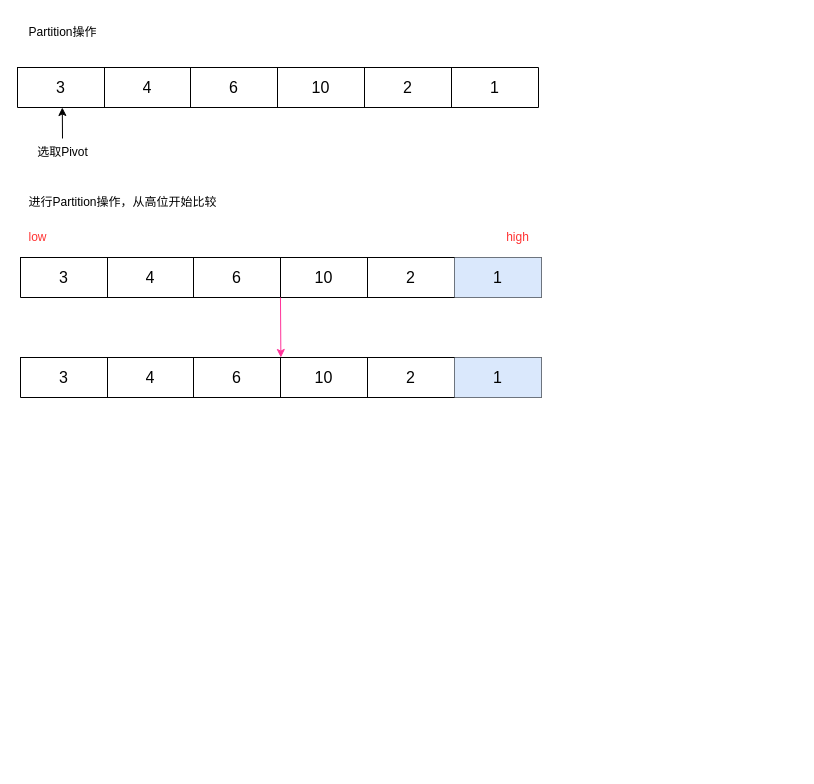
Before: 快速排序.drawio in poetlife/diagrams, a draw.io diagram. Source tidied: cells renumbered, new cells numbered last; positions are measured from the earlier drawing's top-left corner, leaving out a move shared by most shapes. Both pictures are drawn from the tidied source at 100%, with x=0, y=0 at pixel (17, 17).
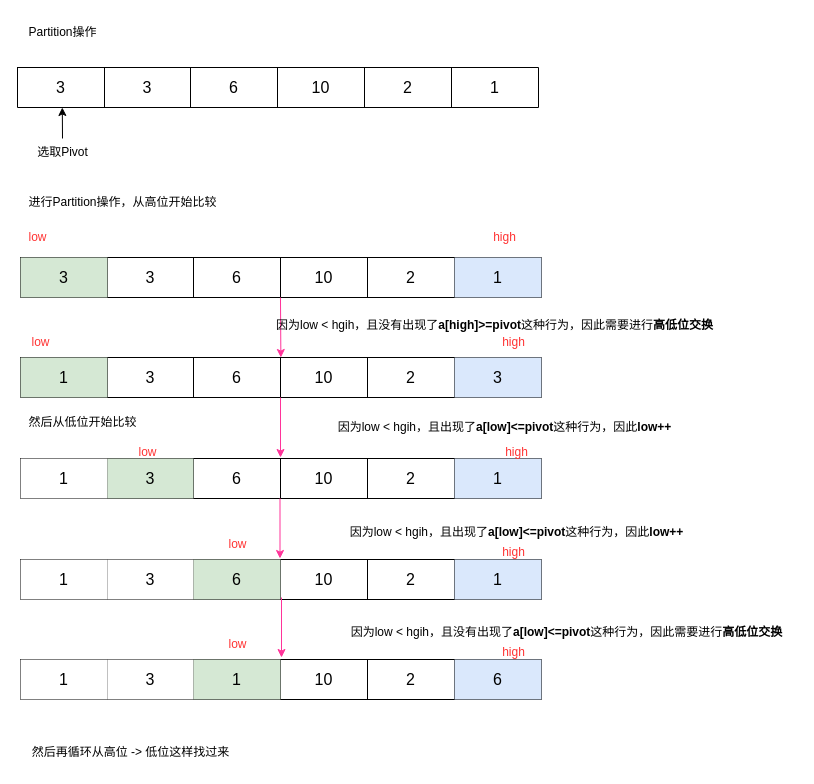
Above is the later version.

Commit message (it also covers changes not shown here):
更新快速排序.drawio

The change refers to these unchanged cells:
```xml
<mxCell id="3" style="shape=tableRow;horizontal=0;startSize=0;swimlaneHead=0;swimlaneBody=0;strokeColor=inherit;top=0;left=0;bottom=0;right=0;fillColor=none;points=[[0,0.5],[1,0.5]];portConstraint=eastwest;fontSize=16;" parent="2" vertex="1">
  <mxGeometry width="521" height="40" as="geometry" />
</mxCell>
<mxCell id="15" style="shape=tableRow;horizontal=0;startSize=0;swimlaneHead=0;swimlaneBody=0;strokeColor=inherit;top=0;left=0;bottom=0;right=0;fillColor=none;points=[[0,0.5],[1,0.5]];portConstraint=eastwest;fontSize=16;" parent="14" vertex="1">
  <mxGeometry width="521" height="40" as="geometry" />
</mxCell>
<mxCell id="25" style="shape=tableRow;horizontal=0;startSize=0;swimlaneHead=0;swimlaneBody=0;strokeColor=inherit;top=0;left=0;bottom=0;right=0;fillColor=none;points=[[0,0.5],[1,0.5]];portConstraint=eastwest;fontSize=16;" parent="24" vertex="1">
  <mxGeometry width="521" height="40" as="geometry" />
</mxCell>
```

Change to the diagram source:
```diff
@@
-    <mxCell id="5" value="4" style="shape=partialRectangle;html=1;whiteSpace=wrap;strokeColor=inherit;overflow=hidden;fillColor=none;top=0;left=0;bottom=0;right=0;fontSize=16;" parent="3" vertex="1">
+    <mxCell id="5" value="3" style="shape=partialRectangle;html=1;whiteSpace=wrap;strokeColor=inherit;overflow=hidden;fillColor=none;top=0;left=0;bottom=0;right=0;fontSize=16;" parent="3" vertex="1">
       <mxGeometry x="87" width="86" height="40" as="geometry" />
     </mxCell>
@@
-    <mxCell id="16" value="3" style="shape=partialRectangle;html=1;whiteSpace=wrap;strokeColor=inherit;overflow=hidden;fillColor=none;top=0;left=0;bottom=0;right=0;fontSize=16;" parent="15" vertex="1">
+    <mxCell id="16" value="3" style="shape=partialRectangle;html=1;whiteSpace=wrap;strokeColor=#82b366;overflow=hidden;fillColor=#d5e8d4;top=0;left=0;bottom=0;right=0;fontSize=16;" parent="15" vertex="1">
       <mxGeometry width="87" height="40" as="geometry" />
     </mxCell>
-    <mxCell id="17" value="4" style="shape=partialRectangle;html=1;whiteSpace=wrap;strokeColor=inherit;overflow=hidden;fillColor=none;top=0;left=0;bottom=0;right=0;fontSize=16;" parent="15" vertex="1">
+    <mxCell id="17" value="3" style="shape=partialRectangle;html=1;whiteSpace=wrap;strokeColor=inherit;overflow=hidden;fillColor=none;top=0;left=0;bottom=0;right=0;fontSize=16;" parent="15" vertex="1">
       <mxGeometry x="87" width="86" height="40" as="geometry" />
     </mxCell>
@@
     <mxCell id="23" value="&lt;font color=&quot;#ff3333&quot;&gt;high&lt;/font&gt;" style="text;html=1;align=center;verticalAlign=middle;strokeColor=none;fillColor=none;" parent="1" vertex="1">
-      <mxGeometry x="475" y="205" width="50" height="30" as="geometry" />
+      <mxGeometry x="471" y="310" width="50" height="30" as="geometry" />
     </mxCell>
@@
-    <mxCell id="26" value="3" style="shape=partialRectangle;html=1;whiteSpace=wrap;strokeColor=inherit;overflow=hidden;fillColor=none;top=0;left=0;bottom=0;right=0;fontSize=16;" parent="25" vertex="1">
+    <mxCell id="26" value="1" style="shape=partialRectangle;html=1;whiteSpace=wrap;strokeColor=#82b366;overflow=hidden;fillColor=#d5e8d4;top=0;left=0;bottom=0;right=0;fontSize=16;" parent="25" vertex="1">
       <mxGeometry width="87" height="40" as="geometry" />
     </mxCell>
-    <mxCell id="27" value="4" style="shape=partialRectangle;html=1;whiteSpace=wrap;strokeColor=inherit;overflow=hidden;fillColor=none;top=0;left=0;bottom=0;right=0;fontSize=16;" parent="25" vertex="1">
+    <mxCell id="27" value="3" style="shape=partialRectangle;html=1;whiteSpace=wrap;strokeColor=inherit;overflow=hidden;fillColor=none;top=0;left=0;bottom=0;right=0;fontSize=16;" parent="25" vertex="1">
       <mxGeometry x="87" width="86" height="40" as="geometry" />
     </mxCell>
@@
-    <mxCell id="31" value="1" style="shape=partialRectangle;html=1;whiteSpace=wrap;strokeColor=#6c8ebf;overflow=hidden;fillColor=#dae8fc;top=0;left=0;bottom=0;right=0;fontSize=16;" parent="25" vertex="1">
+    <mxCell id="31" value="3" style="shape=partialRectangle;html=1;whiteSpace=wrap;strokeColor=#6c8ebf;overflow=hidden;fillColor=#dae8fc;top=0;left=0;bottom=0;right=0;fontSize=16;" parent="25" vertex="1">
       <mxGeometry x="434" width="87" height="40" as="geometry" />
     </mxCell>
@@
+    <mxCell id="33" value="因为low &amp;lt; hgih，且没有出现了&lt;b&gt;a[high]&amp;gt;=pivot&lt;/b&gt;这种行为，因此需要进行&lt;b&gt;高低位交换&lt;/b&gt;" style="text;html=1;align=center;verticalAlign=middle;strokeColor=none;fillColor=none;" parent="1" vertex="1">
+      <mxGeometry x="247" y="293" width="460" height="30" as="geometry" />
+    </mxCell>
+    <mxCell id="34" value="然后从低位开始比较" style="text;html=1;align=center;verticalAlign=middle;strokeColor=none;fillColor=none;" parent="1" vertex="1">
+      <mxGeometry y="390" width="130" height="30" as="geometry" />
+    </mxCell>
+    <mxCell id="35" value="&lt;font color=&quot;#ff3333&quot;&gt;low&lt;/font&gt;" style="text;html=1;align=center;verticalAlign=middle;strokeColor=none;fillColor=none;" parent="1" vertex="1">
+      <mxGeometry x="3" y="310" width="40" height="30" as="geometry" />
+    </mxCell>
+    <mxCell id="36" style="shape=table;startSize=0;childLayout=tableLayout;fontSize=16;" parent="1" vertex="1">
+      <mxGeometry x="3" y="441" width="521" height="40" as="geometry" />
+    </mxCell>
+    <mxCell id="37" style="shape=tableRow;horizontal=0;startSize=0;swimlaneHead=0;swimlaneBody=0;strokeColor=inherit;top=0;left=0;bottom=0;right=0;fillColor=none;fontSize=16;" parent="36" vertex="1">
+      <mxGeometry width="521" height="40" as="geometry" />
+    </mxCell>
+    <mxCell id="38" value="1" style="shape=partialRectangle;html=1;whiteSpace=wrap;overflow=hidden;top=0;left=0;bottom=0;right=0;fontSize=16;" parent="37" vertex="1">
+      <mxGeometry width="87" height="40" as="geometry" />
+    </mxCell>
+    <mxCell id="39" value="3" style="shape=partialRectangle;html=1;whiteSpace=wrap;strokeColor=#82b366;overflow=hidden;fillColor=#d5e8d4;top=0;left=0;bottom=0;right=0;fontSize=16;" parent="37" vertex="1">
+      <mxGeometry x="87" width="86" height="40" as="geometry" />
+    </mxCell>
+    <mxCell id="40" value="6" style="shape=partialRectangle;html=1;whiteSpace=wrap;strokeColor=inherit;overflow=hidden;fillColor=none;top=0;left=0;bottom=0;right=0;fontSize=16;" parent="37" vertex="1">
+      <mxGeometry x="173" width="87" height="40" as="geometry" />
+    </mxCell>
+    <mxCell id="41" value="10" style="shape=partialRectangle;html=1;whiteSpace=wrap;strokeColor=inherit;overflow=hidden;fillColor=none;top=0;left=0;bottom=0;right=0;fontSize=16;" parent="37" vertex="1">
+      <mxGeometry x="260" width="87" height="40" as="geometry" />
+    </mxCell>
+    <mxCell id="42" value="2" style="shape=partialRectangle;html=1;whiteSpace=wrap;strokeColor=inherit;overflow=hidden;fillColor=none;top=0;left=0;bottom=0;right=0;fontSize=16;" parent="37" vertex="1">
+      <mxGeometry x="347" width="87" height="40" as="geometry" />
+    </mxCell>
+    <mxCell id="43" value="1" style="shape=partialRectangle;html=1;whiteSpace=wrap;strokeColor=#6c8ebf;overflow=hidden;fillColor=#dae8fc;top=0;left=0;bottom=0;right=0;fontSize=16;" parent="37" vertex="1">
+      <mxGeometry x="434" width="87" height="40" as="geometry" />
+    </mxCell>
+    <mxCell id="44" value="&lt;font color=&quot;#ff3333&quot;&gt;low&lt;/font&gt;" style="text;html=1;align=center;verticalAlign=middle;strokeColor=none;fillColor=none;" parent="1" vertex="1">
+      <mxGeometry x="110" y="420" width="40" height="30" as="geometry" />
+    </mxCell>
+    <mxCell id="45" value="&lt;font color=&quot;#ff3333&quot;&gt;high&lt;/font&gt;" style="text;html=1;align=center;verticalAlign=middle;strokeColor=none;fillColor=none;" parent="1" vertex="1">
+      <mxGeometry x="474" y="420" width="50" height="30" as="geometry" />
+    </mxCell>
+    <mxCell id="46" style="endArrow=classic;html=1;rounded=0;exitX=0.499;exitY=1;exitDx=0;exitDy=0;exitPerimeter=0;strokeColor=#FF3399;" parent="1" edge="1">
+      <mxGeometry relative="1" as="geometry">
+        <mxPoint x="263" y="380" as="sourcePoint" />
+        <mxPoint x="263" y="440" as="targetPoint" />
+      </mxGeometry>
+    </mxCell>
+    <mxCell id="47" value="因为low &amp;lt; hgih，且出现了&lt;b&gt;a[low]&amp;lt;=pivot&lt;/b&gt;这种行为，因此&lt;b&gt;low++&lt;/b&gt;" style="text;html=1;align=center;verticalAlign=middle;strokeColor=none;fillColor=none;" parent="1" vertex="1">
+      <mxGeometry x="307" y="394.5" width="360" height="30" as="geometry" />
+    </mxCell>
+    <mxCell id="48" value="&lt;font color=&quot;#ff3333&quot;&gt;high&lt;/font&gt;" style="text;html=1;align=center;verticalAlign=middle;strokeColor=none;fillColor=none;" parent="1" vertex="1">
+      <mxGeometry x="462" y="205" width="50" height="30" as="geometry" />
+    </mxCell>
+    <mxCell id="49" style="shape=table;startSize=0;childLayout=tableLayout;fontSize=16;" parent="1" vertex="1">
+      <mxGeometry x="3" y="542" width="521" height="40" as="geometry" />
+    </mxCell>
+    <mxCell id="50" style="shape=tableRow;horizontal=0;startSize=0;swimlaneHead=0;swimlaneBody=0;strokeColor=inherit;top=0;left=0;bottom=0;right=0;fillColor=none;fontSize=16;" parent="49" vertex="1">
+      <mxGeometry width="521" height="40" as="geometry" />
+    </mxCell>
+    <mxCell id="51" value="1" style="shape=partialRectangle;html=1;whiteSpace=wrap;overflow=hidden;top=0;left=0;bottom=0;right=0;fontSize=16;" parent="50" vertex="1">
+      <mxGeometry width="87" height="40" as="geometry" />
+    </mxCell>
+    <mxCell id="52" value="3" style="shape=partialRectangle;html=1;whiteSpace=wrap;overflow=hidden;top=0;left=0;bottom=0;right=0;fontSize=16;" parent="50" vertex="1">
+      <mxGeometry x="87" width="86" height="40" as="geometry" />
+    </mxCell>
+    <mxCell id="53" value="6" style="shape=partialRectangle;html=1;whiteSpace=wrap;strokeColor=#82b366;overflow=hidden;fillColor=#d5e8d4;top=0;left=0;bottom=0;right=0;fontSize=16;" parent="50" vertex="1">
+      <mxGeometry x="173" width="87" height="40" as="geometry" />
+    </mxCell>
+    <mxCell id="54" value="10" style="shape=partialRectangle;html=1;whiteSpace=wrap;strokeColor=inherit;overflow=hidden;fillColor=none;top=0;left=0;bottom=0;right=0;fontSize=16;" parent="50" vertex="1">
+      <mxGeometry x="260" width="87" height="40" as="geometry" />
+    </mxCell>
+    <mxCell id="55" value="2" style="shape=partialRectangle;html=1;whiteSpace=wrap;strokeColor=inherit;overflow=hidden;fillColor=none;top=0;left=0;bottom=0;right=0;fontSize=16;" parent="50" vertex="1">
+      <mxGeometry x="347" width="87" height="40" as="geometry" />
+    </mxCell>
+    <mxCell id="56" value="1" style="shape=partialRectangle;html=1;whiteSpace=wrap;strokeColor=#6c8ebf;overflow=hidden;fillColor=#dae8fc;top=0;left=0;bottom=0;right=0;fontSize=16;" parent="50" vertex="1">
+      <mxGeometry x="434" width="87" height="40" as="geometry" />
+    </mxCell>
+    <mxCell id="57" style="endArrow=classic;html=1;rounded=0;exitX=0.499;exitY=1;exitDx=0;exitDy=0;exitPerimeter=0;strokeColor=#FF3399;" parent="1" edge="1">
+      <mxGeometry relative="1" as="geometry">
+        <mxPoint x="262.5" y="481" as="sourcePoint" />
+        <mxPoint x="262.5" y="541" as="targetPoint" />
+      </mxGeometry>
+    </mxCell>
+    <mxCell id="58" value="因为low &amp;lt; hgih，且出现了&lt;b&gt;a[low]&amp;lt;=pivot&lt;/b&gt;这种行为，因此&lt;b&gt;low++&lt;/b&gt;" style="text;html=1;align=center;verticalAlign=middle;strokeColor=none;fillColor=none;" parent="1" vertex="1">
+      <mxGeometry x="319" y="500" width="360" height="30" as="geometry" />
+    </mxCell>
+    <mxCell id="59" value="&lt;font color=&quot;#ff3333&quot;&gt;low&lt;/font&gt;" style="text;html=1;align=center;verticalAlign=middle;strokeColor=none;fillColor=none;" parent="1" vertex="1">
+      <mxGeometry x="200" y="512" width="40" height="30" as="geometry" />
+    </mxCell>
+    <mxCell id="60" value="&lt;font color=&quot;#ff3333&quot;&gt;high&lt;/font&gt;" style="text;html=1;align=center;verticalAlign=middle;strokeColor=none;fillColor=none;" parent="1" vertex="1">
+      <mxGeometry x="471" y="520" width="50" height="30" as="geometry" />
+    </mxCell>
+    <mxCell id="61" style="shape=table;startSize=0;childLayout=tableLayout;fontSize=16;" parent="1" vertex="1">
+      <mxGeometry x="3" y="642" width="521" height="40" as="geometry" />
+    </mxCell>
+    <mxCell id="62" style="shape=tableRow;horizontal=0;startSize=0;swimlaneHead=0;swimlaneBody=0;strokeColor=inherit;top=0;left=0;bottom=0;right=0;fillColor=none;fontSize=16;" parent="61" vertex="1">
+      <mxGeometry width="521" height="40" as="geometry" />
+    </mxCell>
+    <mxCell id="63" value="1" style="shape=partialRectangle;html=1;whiteSpace=wrap;overflow=hidden;top=0;left=0;bottom=0;right=0;fontSize=16;" parent="62" vertex="1">
+      <mxGeometry width="87" height="40" as="geometry" />
+    </mxCell>
+    <mxCell id="64" value="3" style="shape=partialRectangle;html=1;whiteSpace=wrap;overflow=hidden;top=0;left=0;bottom=0;right=0;fontSize=16;" parent="62" vertex="1">
+      <mxGeometry x="87" width="86" height="40" as="geometry" />
+    </mxCell>
+    <mxCell id="65" value="1" style="shape=partialRectangle;html=1;whiteSpace=wrap;strokeColor=#82b366;overflow=hidden;fillColor=#d5e8d4;top=0;left=0;bottom=0;right=0;fontSize=16;" parent="62" vertex="1">
+      <mxGeometry x="173" width="87" height="40" as="geometry" />
+    </mxCell>
+    <mxCell id="66" value="10" style="shape=partialRectangle;html=1;whiteSpace=wrap;strokeColor=inherit;overflow=hidden;fillColor=none;top=0;left=0;bottom=0;right=0;fontSize=16;" parent="62" vertex="1">
+      <mxGeometry x="260" width="87" height="40" as="geometry" />
+    </mxCell>
+    <mxCell id="67" value="2" style="shape=partialRectangle;html=1;whiteSpace=wrap;strokeColor=inherit;overflow=hidden;fillColor=none;top=0;left=0;bottom=0;right=0;fontSize=16;" parent="62" vertex="1">
+      <mxGeometry x="347" width="87" height="40" as="geometry" />
+    </mxCell>
+    <mxCell id="68" value="6" style="shape=partialRectangle;html=1;whiteSpace=wrap;strokeColor=#6c8ebf;overflow=hidden;fillColor=#dae8fc;top=0;left=0;bottom=0;right=0;fontSize=16;" parent="62" vertex="1">
+      <mxGeometry x="434" width="87" height="40" as="geometry" />
+    </mxCell>
+    <mxCell id="69" value="因为low &amp;lt; hgih，且没有出现了&lt;b&gt;a[low]&amp;lt;=pivot&lt;/b&gt;这种行为，因此需要进行&lt;b style=&quot;border-color: var(--border-color);&quot;&gt;高低位交换&lt;/b&gt;" style="text;html=1;align=center;verticalAlign=middle;strokeColor=none;fillColor=none;" parent="1" vertex="1">
+      <mxGeometry x="319" y="600" width="460" height="30" as="geometry" />
+    </mxCell>
+    <mxCell id="70" value="&lt;font color=&quot;#ff3333&quot;&gt;low&lt;/font&gt;" style="text;html=1;align=center;verticalAlign=middle;strokeColor=none;fillColor=none;" parent="1" vertex="1">
+      <mxGeometry x="200" y="612" width="40" height="30" as="geometry" />
+    </mxCell>
+    <mxCell id="71" value="&lt;font color=&quot;#ff3333&quot;&gt;high&lt;/font&gt;" style="text;html=1;align=center;verticalAlign=middle;strokeColor=none;fillColor=none;" parent="1" vertex="1">
+      <mxGeometry x="471" y="620" width="50" height="30" as="geometry" />
+    </mxCell>
+    <mxCell id="72" style="endArrow=classic;html=1;rounded=0;exitX=0.499;exitY=1;exitDx=0;exitDy=0;exitPerimeter=0;strokeColor=#FF3399;" parent="1" edge="1">
+      <mxGeometry relative="1" as="geometry">
+        <mxPoint x="264" y="580" as="sourcePoint" />
+        <mxPoint x="264" y="640" as="targetPoint" />
+      </mxGeometry>
+    </mxCell>
+    <mxCell id="73" value="然后再循环从高位 -&amp;gt; 低位这样找过来" style="text;html=1;align=center;verticalAlign=middle;strokeColor=none;fillColor=none;" parent="1" vertex="1">
+      <mxGeometry x="3" y="720" width="220" height="30" as="geometry" />
+    </mxCell>
```
